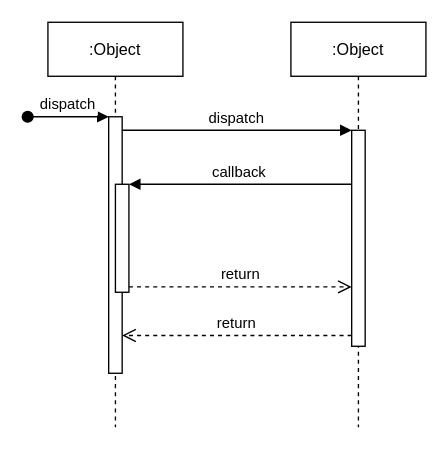
The draw.io diagram 未命名绘图.drawio in lbure/babal, before the edit. Source tidied: cells renumbered, new cells numbered last; positions are measured from the earlier drawing's top-left corner, leaving out a move shared by most shapes. Both pictures are drawn from the tidied source at 135%, with x=0, y=0 at pixel (27, 22).
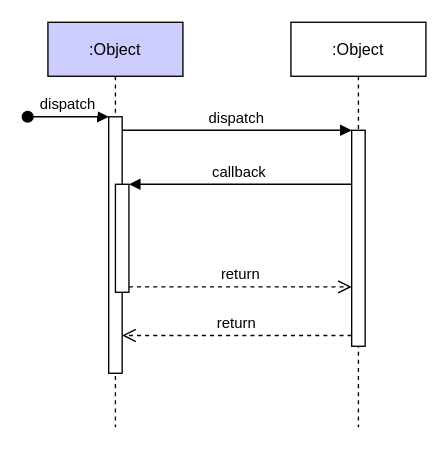
The same diagram, later.

Commit message:
更新未命名绘图.drawio

Diff of the diagram source:
```diff
@@
 <mxGraphModel>
   <root>
     <mxCell id="0" />
     <mxCell id="1" parent="0" />
-    <mxCell id="2" value=":Object" style="shape=umlLifeline;perimeter=lifelinePerimeter;rounded=0;shadow=0;strokeWidth=1;" parent="1" vertex="1">
+    <mxCell id="2" value=":Object" style="shape=umlLifeline;perimeter=lifelinePerimeter;rounded=0;shadow=0;strokeWidth=1;fillColor=#CCCCFF;" parent="1" vertex="1">
       <mxGeometry x="15" width="100" height="300" as="geometry" />
     </mxCell>
     <mxCell id="3" style="points=[];perimeter=orthogonalPerimeter;rounded=0;shadow=0;strokeWidth=1;" parent="2" vertex="1">
       <mxGeometry x="45" y="70" width="10" height="190" as="geometry" />
     </mxCell>
     <mxCell id="4" value="dispatch" style="verticalAlign=bottom;startArrow=oval;endArrow=block;startSize=8;shadow=0;strokeWidth=1;" parent="2" edge="1" target="3">
       <mxGeometry relative="1" as="geometry">
         <mxPoint x="-15" y="70" as="sourcePoint" />
       </mxGeometry>
     </mxCell>
     <mxCell id="5" style="points=[];perimeter=orthogonalPerimeter;rounded=0;shadow=0;strokeWidth=1;" parent="2" vertex="1">
       <mxGeometry x="50" y="120" width="10" height="80" as="geometry" />
     </mxCell>
     <mxCell id="6" value=":Object" style="shape=umlLifeline;perimeter=lifelinePerimeter;rounded=0;shadow=0;strokeWidth=1;" parent="1" vertex="1">
       <mxGeometry x="195" width="100" height="300" as="geometry" />
     </mxCell>
     <mxCell id="7" style="points=[];perimeter=orthogonalPerimeter;rounded=0;shadow=0;strokeWidth=1;" parent="6" vertex="1">
       <mxGeometry x="45" y="80" width="10" height="160" as="geometry" />
     </mxCell>
     <mxCell id="8" value="return" style="verticalAlign=bottom;endArrow=open;dashed=1;endSize=8;exitX=0;exitY=0.95;shadow=0;strokeWidth=1;" parent="1" edge="1" source="7" target="3">
       <mxGeometry relative="1" as="geometry" />
     </mxCell>
     <mxCell id="9" value="dispatch" style="verticalAlign=bottom;endArrow=block;entryX=0;entryY=0;shadow=0;strokeWidth=1;" parent="1" edge="1" source="3" target="7">
       <mxGeometry relative="1" as="geometry" />
     </mxCell>
     <mxCell id="10" value="callback" style="verticalAlign=bottom;endArrow=block;entryX=1;entryY=0;shadow=0;strokeWidth=1;" parent="1" edge="1" source="7" target="5">
       <mxGeometry relative="1" as="geometry" />
     </mxCell>
     <mxCell id="11" value="return" style="verticalAlign=bottom;endArrow=open;dashed=1;endSize=8;exitX=1;exitY=0.95;shadow=0;strokeWidth=1;" parent="1" edge="1" source="5" target="7">
       <mxGeometry relative="1" as="geometry" />
     </mxCell>
   </root>
 </mxGraphModel>
```
